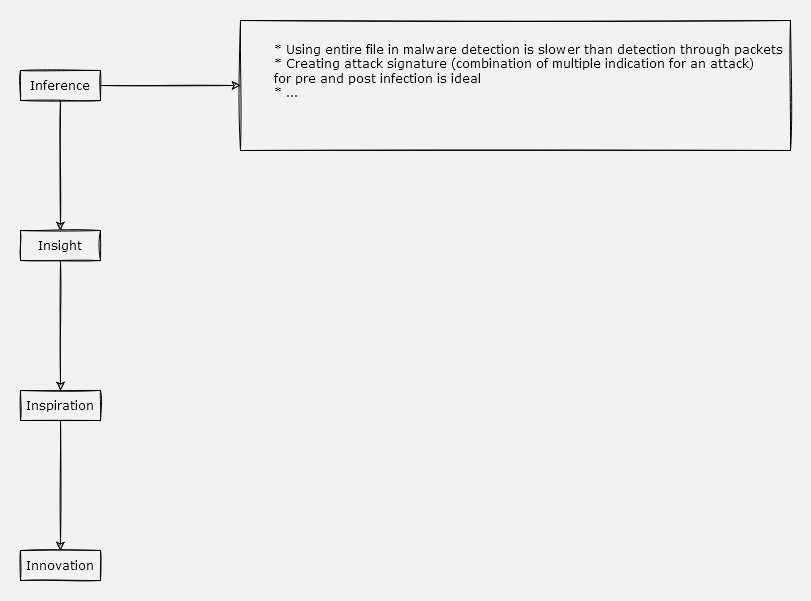
Earlier version of the draw.io export Chart 2.png (Nobel-CS/packet_testing). Source tidied: cells renumbered, new cells last; positions are measured from the earlier drawing's top-left corner, leaving out a move shared by most shapes.
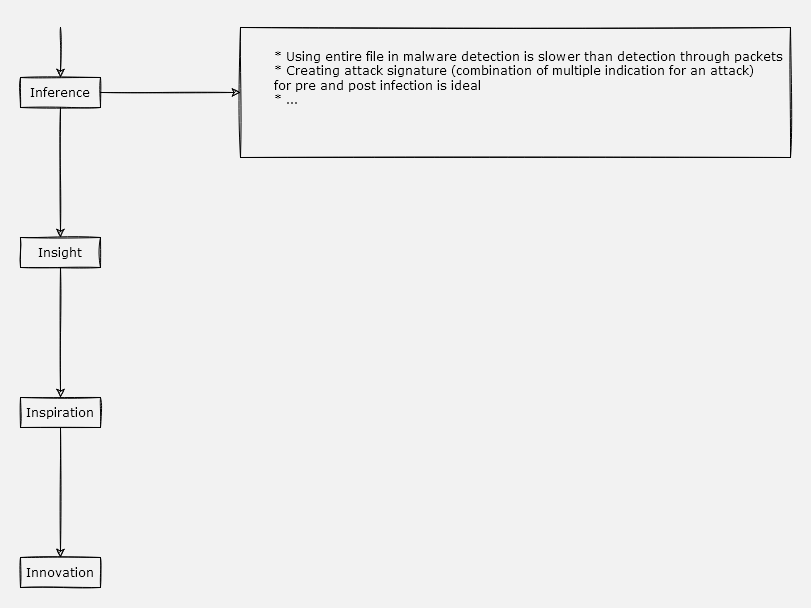
Later version of the same file.

What changed in the source:
```diff
@@ -29,5 +29,10 @@
     <mxCell id="10" value="&lt;div align=&quot;left&quot;&gt;&lt;span style=&quot;white-space: pre;&quot;&gt;&#9;&lt;/span&gt;* Using entire file in malware detection is slower than detection through packets&lt;/div&gt;&lt;div align=&quot;left&quot;&gt;&lt;span style=&quot;white-space: pre;&quot;&gt;&#9;&lt;/span&gt;* Creating attack signature (combination of multiple indication for an attack) &lt;br&gt;&lt;/div&gt;&lt;div align=&quot;left&quot;&gt;&lt;span style=&quot;white-space: pre;&quot;&gt;&#9;&lt;/span&gt;for pre and post infection is ideal&lt;/div&gt;&lt;div align=&quot;left&quot;&gt;&lt;span style=&quot;white-space: pre;&quot;&gt;&#9;&lt;/span&gt;* ...&lt;br&gt;&lt;/div&gt;&lt;div align=&quot;left&quot;&gt;&lt;br&gt;&lt;/div&gt;&lt;div align=&quot;justify&quot;&gt;&lt;br&gt;&lt;/div&gt;" style="text;html=1;strokeColor=default;fillColor=none;align=left;verticalAlign=middle;whiteSpace=wrap;rounded=0;strokeWidth=1;perimeterSpacing=0;sketch=1;fontFamily=Verdana;fontSize=12;shadow=0;" parent="1" vertex="1">
       <mxGeometry x="220" width="550" height="130" as="geometry" />
     </mxCell>
+    <mxCell id="11" style="edgeStyle=orthogonalEdgeStyle;rounded=0;jettySize=auto;html=1;entryX=0.5;entryY=0;entryDx=0;entryDy=0;sketch=1;" parent="1" edge="1" target="4">
+      <mxGeometry relative="1" as="geometry">
+        <mxPoint x="40" as="sourcePoint" />
+      </mxGeometry>
+    </mxCell>
   </root>
 </mxGraphModel>
```
